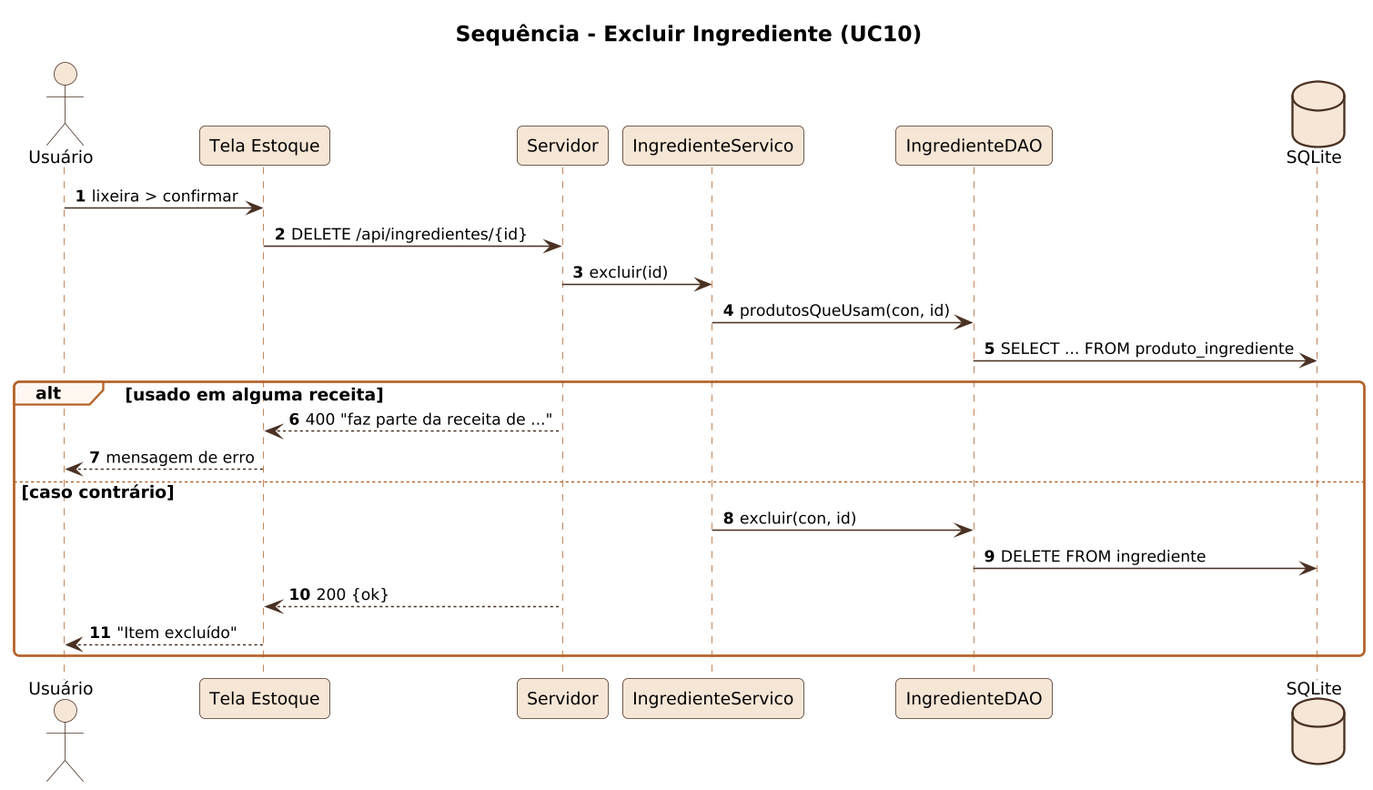
Hallff/ConfeitaSys keeps this PlantUML diagram as docs/diagramas/png/S07_seq_excluir_ingrediente.png. Above is the earlier version. Source of this version:
```plantuml
@startuml
!include _seq.iuml
title Sequência - Excluir Ingrediente (UC10)
actor Usuário as U
participant "Tela Estoque" as T
participant Servidor as S
participant IngredienteServico as IS
participant IngredienteDAO as D
database SQLite as DB
U -> T : lixeira > confirmar
T -> S : DELETE /api/ingredientes/{id}
S -> IS : excluir(id)
IS -> D : produtosQueUsam(con, id)
D -> DB : SELECT ... FROM produto_ingrediente
alt usado em alguma receita
  S --> T : 400 "faz parte da receita de ..."
  T --> U : mensagem de erro
else caso contrário
  IS -> D : excluir(con, id)
  D -> DB : DELETE FROM ingrediente
  S --> T : 200 {ok}
  T --> U : "Item excluído"
end
@enduml
```
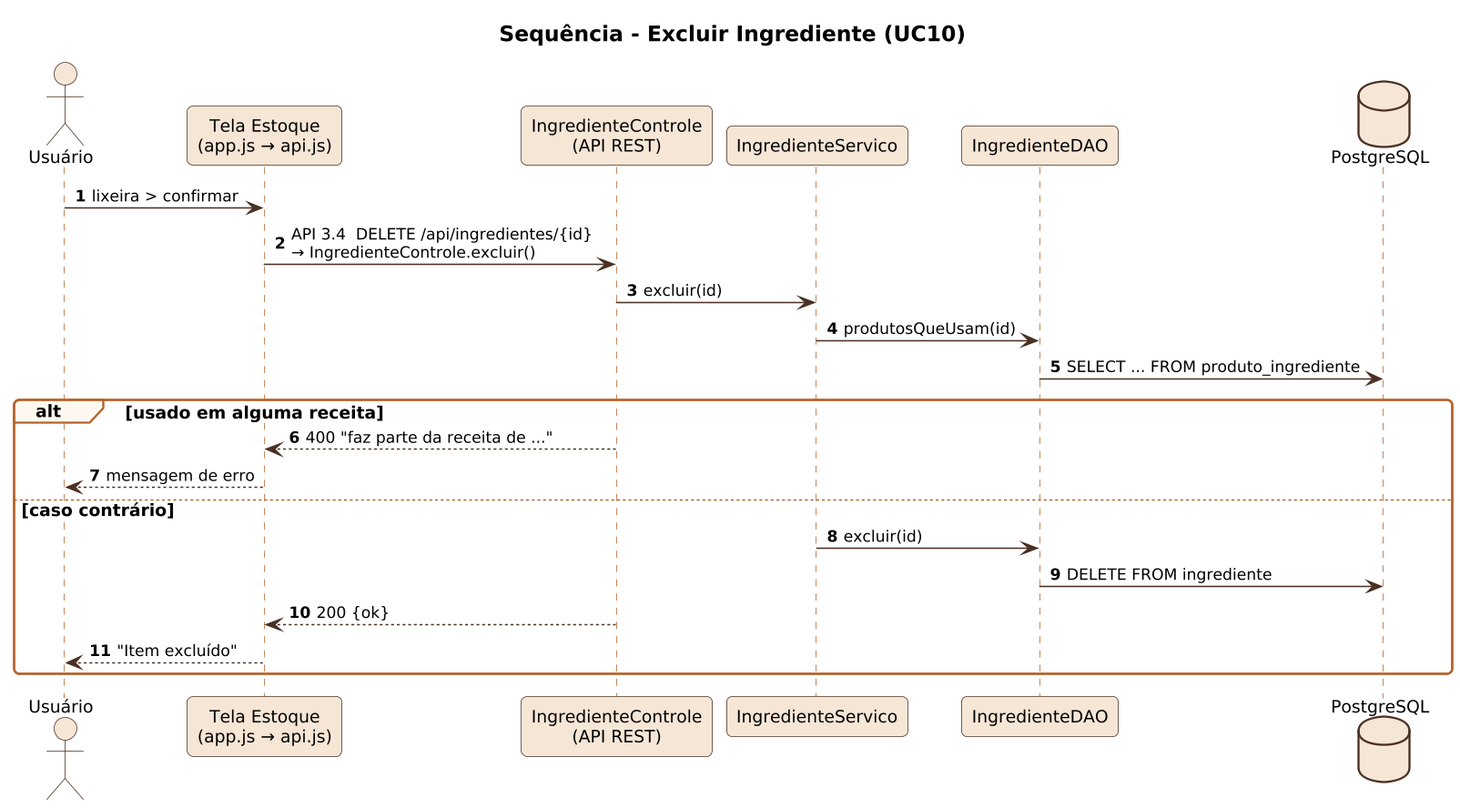
The same file after the commit.

What changed in the source:
```diff
@@ -2,21 +2,21 @@
 !include _seq.iuml
 title Sequência - Excluir Ingrediente (UC10)
 actor Usuário as U
-participant "Tela Estoque" as T
-participant Servidor as S
+participant "Tela Estoque\n(app.js → api.js)" as T
+participant "IngredienteControle\n(API REST)" as S
 participant IngredienteServico as IS
 participant IngredienteDAO as D
-database SQLite as DB
+database "PostgreSQL" as DB
 U -> T : lixeira > confirmar
-T -> S : DELETE /api/ingredientes/{id}
+T -> S : API 3.4  DELETE /api/ingredientes/{id}\n→ IngredienteControle.excluir()
 S -> IS : excluir(id)
-IS -> D : produtosQueUsam(con, id)
+IS -> D : produtosQueUsam(id)
 D -> DB : SELECT ... FROM produto_ingrediente
 alt usado em alguma receita
   S --> T : 400 "faz parte da receita de ..."
   T --> U : mensagem de erro
 else caso contrário
-  IS -> D : excluir(con, id)
+  IS -> D : excluir(id)
   D -> DB : DELETE FROM ingrediente
   S --> T : 200 {ok}
   T --> U : "Item excluído"
```
